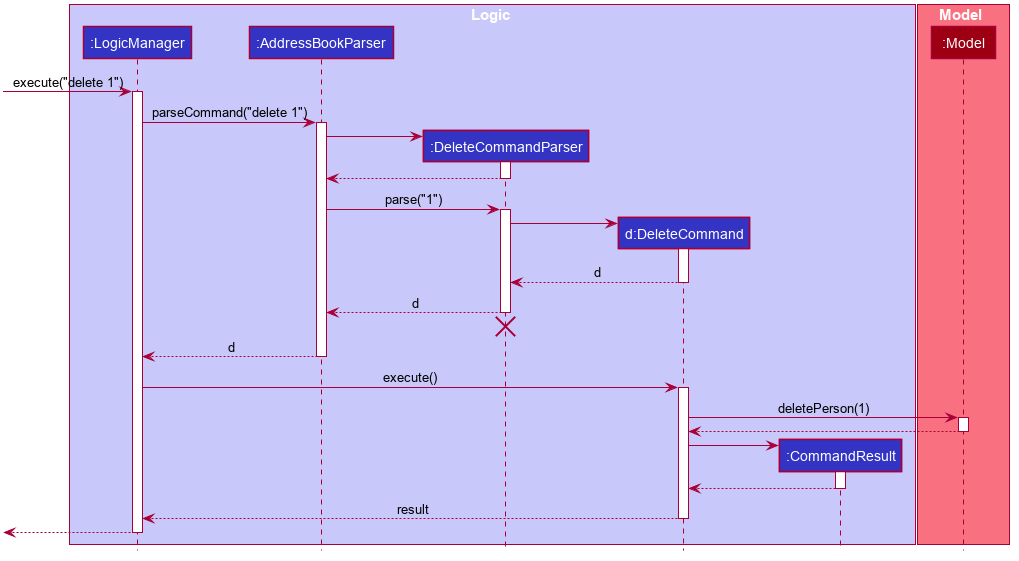
Above: docs/images/DeleteSequenceDiagram.png in nus-cs2103-AY1920S1/addressbook-level3 (PlantUML), before the change.
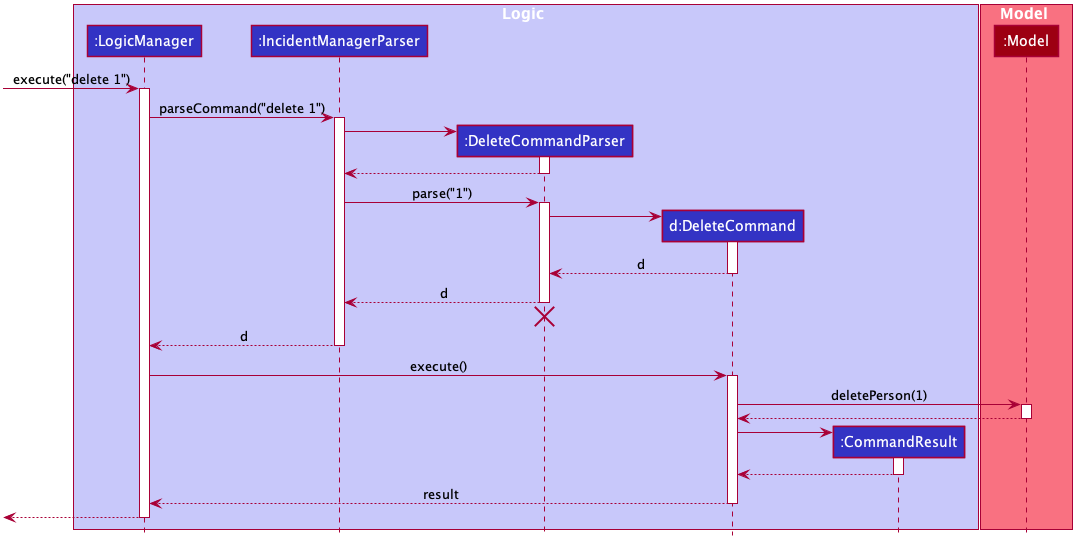
Above is the later version.

Change to the diagram source:
```diff
@@ -50,7 +50,7 @@
 
 box Logic #C8C8FA
 participant ":LogicManager" as LogicManager #3333C4
-participant ":AddressBookParser" as AddressBookParser #3333C4
+participant ":IncidentManagerParser" as IncidentManagerParser #3333C4
 participant ":DeleteCommandParser" as DeleteCommandParser #3333C4
 participant "d:DeleteCommand" as DeleteCommand #3333C4
 participant ":CommandResult" as CommandResult #3333C4
@@ -63,17 +63,17 @@
 [-> LogicManager : execute("delete 1")
 activate LogicManager
 
-LogicManager -> AddressBookParser : parseCommand("delete 1")
-activate AddressBookParser
+LogicManager -> IncidentManagerParser : parseCommand("delete 1")
+activate IncidentManagerParser
 
 create DeleteCommandParser
-AddressBookParser -> DeleteCommandParser
+IncidentManagerParser -> DeleteCommandParser
 activate DeleteCommandParser
 
-DeleteCommandParser --> AddressBookParser
+DeleteCommandParser --> IncidentManagerParser
 deactivate DeleteCommandParser
 
-AddressBookParser -> DeleteCommandParser : parse("1")
+IncidentManagerParser -> DeleteCommandParser : parse("1")
 activate DeleteCommandParser
 
 create DeleteCommand
@@ -83,13 +83,13 @@
 DeleteCommand --> DeleteCommandParser : d
 deactivate DeleteCommand
 
-DeleteCommandParser --> AddressBookParser : d
+DeleteCommandParser --> IncidentManagerParser : d
 deactivate DeleteCommandParser
-DeleteCommandParser -[hidden]-> AddressBookParser
+DeleteCommandParser -[hidden]-> IncidentManagerParser
 destroy DeleteCommandParser
 
-AddressBookParser --> LogicManager : d
-deactivate AddressBookParser
+IncidentManagerParser --> LogicManager : d
+deactivate IncidentManagerParser
 
 LogicManager -> DeleteCommand : execute()
 activate DeleteCommand
```
